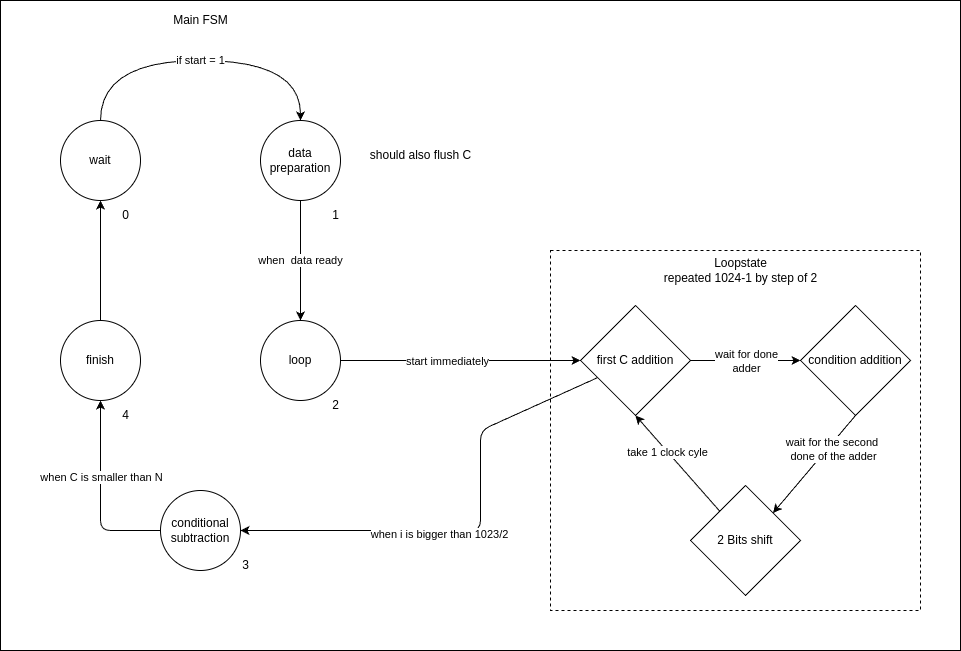
Before: fsm.png, a diagram exported from draw.io (Tfloow/Montgomery). Source tidied: cells renumbered, new cells last; positions are measured from the earlier drawing's top-left corner, leaving out a move shared by most shapes.
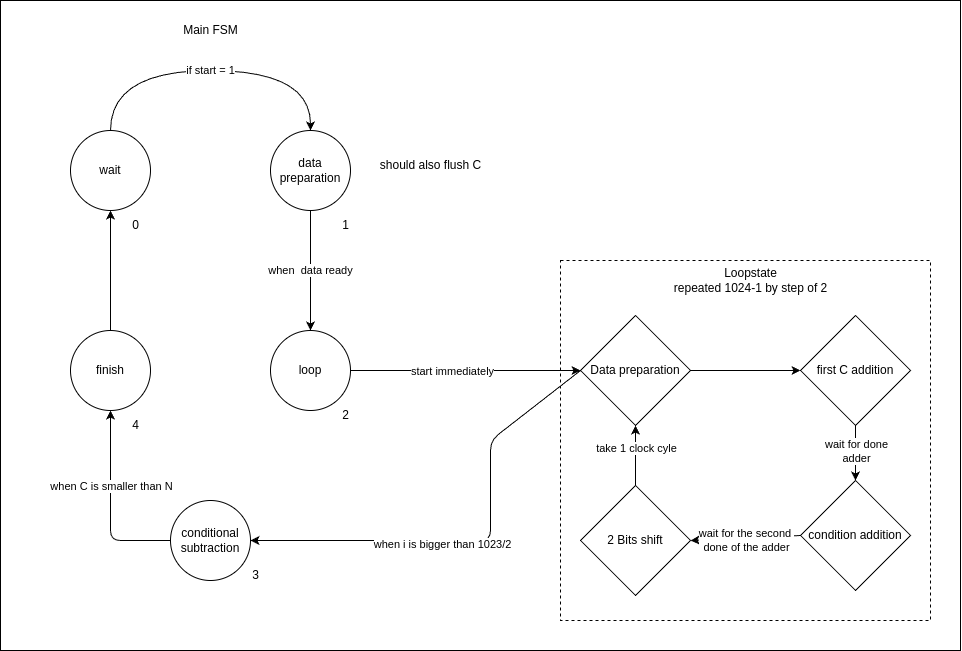
After the commit.

Diff of the diagram source:
```diff
@@ -3,7 +3,7 @@
     <mxCell id="0" />
     <mxCell id="1" parent="0" />
     <mxCell id="2" style="whiteSpace=wrap;html=1;" parent="1" vertex="1">
-      <mxGeometry width="960" height="650" as="geometry" />
+      <mxGeometry x="-10" y="-10" width="960" height="650" as="geometry" />
     </mxCell>
     <mxCell id="3" style="whiteSpace=wrap;html=1;dashed=1;" parent="1" vertex="1">
       <mxGeometry x="550" y="250" width="370" height="360" as="geometry" />
@@ -25,7 +25,7 @@
     <mxCell id="7" value="data preparation" style="ellipse;whiteSpace=wrap;html=1;" parent="1" vertex="1">
       <mxGeometry x="260" y="120" width="80" height="80" as="geometry" />
     </mxCell>
-    <mxCell id="8" style="edgeStyle=none;html=1;entryX=0;entryY=0.5;entryDx=0;entryDy=0;" parent="1" edge="1" source="10" target="21">
+    <mxCell id="8" style="edgeStyle=none;html=1;entryX=0;entryY=0.5;entryDx=0;entryDy=0;" parent="1" edge="1" source="10" target="36">
       <mxGeometry relative="1" as="geometry" />
     </mxCell>
     <mxCell id="9" value="start immediately" style="edgeLabel;html=1;align=center;verticalAlign=middle;" parent="8" vertex="1">
@@ -56,15 +56,15 @@
     <mxCell id="16" value="Main FSM" style="text;html=1;align=center;verticalAlign=middle;strokeColor=none;fillColor=none;" parent="1" vertex="1">
       <mxGeometry x="160" y="5" width="80" height="30" as="geometry" />
     </mxCell>
-    <mxCell id="17" style="edgeStyle=none;html=1;entryX=0;entryY=0.5;entryDx=0;entryDy=0;" parent="1" edge="1" source="21" target="24">
+    <mxCell id="17" style="edgeStyle=none;html=1;entryX=0.5;entryY=0;entryDx=0;entryDy=0;" parent="1" edge="1" source="21" target="24">
       <mxGeometry relative="1" as="geometry" />
     </mxCell>
     <mxCell id="18" value="wait for done&lt;br&gt;adder" style="edgeLabel;html=1;align=center;verticalAlign=middle;" parent="17" vertex="1">
       <mxGeometry x="0.27" y="1" relative="1" as="geometry">
-        <mxPoint x="-15" y="1" as="offset" />
+        <mxPoint x="-1" y="-10" as="offset" />
       </mxGeometry>
     </mxCell>
-    <mxCell id="19" style="edgeStyle=none;html=1;entryX=1;entryY=0.5;entryDx=0;entryDy=0;" parent="1" edge="1" source="21" target="13">
+    <mxCell id="19" style="edgeStyle=none;html=1;entryX=1;entryY=0.5;entryDx=0;entryDy=0;exitX=0;exitY=0.5;exitDx=0;exitDy=0;" parent="1" edge="1" source="36" target="13">
       <mxGeometry relative="1" as="geometry">
         <Array as="points">
           <mxPoint x="480" y="430" />
@@ -76,25 +76,27 @@
       <mxGeometry x="0.16" y="3" relative="1" as="geometry" />
     </mxCell>
     <mxCell id="21" value="first C addition" style="rhombus;whiteSpace=wrap;html=1;" parent="1" vertex="1">
-      <mxGeometry x="580" y="305" width="110" height="110" as="geometry" />
+      <mxGeometry x="790" y="305" width="110" height="110" as="geometry" />
     </mxCell>
-    <mxCell id="22" style="edgeStyle=none;html=1;entryX=1;entryY=0;entryDx=0;entryDy=0;exitX=0.5;exitY=1;exitDx=0;exitDy=0;" parent="1" edge="1" source="24" target="27">
+    <mxCell id="22" style="edgeStyle=none;html=1;entryX=1;entryY=0.5;entryDx=0;entryDy=0;exitX=0;exitY=0.5;exitDx=0;exitDy=0;" parent="1" edge="1" source="24" target="27">
       <mxGeometry relative="1" as="geometry" />
     </mxCell>
     <mxCell id="23" value="wait for the second&amp;nbsp;&lt;br&gt;done of the adder" style="edgeLabel;html=1;align=center;verticalAlign=middle;" parent="22" vertex="1">
-      <mxGeometry x="-0.36" y="4" relative="1" as="geometry" />
+      <mxGeometry x="-0.36" y="4" relative="1" as="geometry">
+        <mxPoint x="-20" y="-1" as="offset" />
+      </mxGeometry>
     </mxCell>
     <mxCell id="24" value="condition addition&lt;span style=&quot;color: rgba(0, 0, 0, 0); font-family: monospace; font-size: 0px; text-align: start;&quot;&gt;%3CmxGraphModel%3E%3Croot%3E%3CmxCell%20id%3D%220%22%2F%3E%3CmxCell%20id%3D%221%22%20parent%3D%220%22%2F%3E%3CmxCell%20id%3D%222%22%20value%3D%22first%20C%20addition%22%20style%3D%22rhombus%3BwhiteSpace%3Dwrap%3Bhtml%3D1%3B%22%20vertex%3D%221%22%20parent%3D%221%22%3E%3CmxGeometry%20x%3D%22550%22%20y%3D%22290%22%20width%3D%22110%22%20height%3D%22110%22%20as%3D%22geometry%22%2F%3E%3C%2FmxCell%3E%3C%2Froot%3E%3C%2FmxGraphModel%3E&lt;/span&gt;" style="rhombus;whiteSpace=wrap;html=1;" parent="1" vertex="1">
-      <mxGeometry x="800" y="305" width="110" height="110" as="geometry" />
+      <mxGeometry x="790" y="470" width="110" height="110" as="geometry" />
     </mxCell>
-    <mxCell id="25" style="edgeStyle=none;html=1;entryX=0.5;entryY=1;entryDx=0;entryDy=0;" parent="1" edge="1" source="27" target="21">
+    <mxCell id="25" style="edgeStyle=none;html=1;entryX=0.5;entryY=1;entryDx=0;entryDy=0;" parent="1" edge="1" source="27" target="36">
       <mxGeometry relative="1" as="geometry" />
     </mxCell>
     <mxCell id="26" value="take 1 clock cyle" style="edgeLabel;html=1;align=center;verticalAlign=middle;" parent="25" vertex="1">
       <mxGeometry x="0.24" relative="1" as="geometry" />
     </mxCell>
     <mxCell id="27" value="2 Bits shift" style="rhombus;whiteSpace=wrap;html=1;" parent="1" vertex="1">
-      <mxGeometry x="690" y="485" width="110" height="110" as="geometry" />
+      <mxGeometry x="570" y="475" width="110" height="110" as="geometry" />
     </mxCell>
     <mxCell id="28" value="Loopstate&lt;br&gt;repeated 1024-1 by step of 2" style="text;html=1;align=center;verticalAlign=middle;strokeColor=none;fillColor=none;" parent="1" vertex="1">
       <mxGeometry x="650" y="250" width="180" height="40" as="geometry" />
@@ -117,5 +119,11 @@
     <mxCell id="34" value="4" style="text;html=1;align=center;verticalAlign=middle;strokeColor=none;fillColor=none;" parent="1" vertex="1">
       <mxGeometry x="110" y="400" width="30" height="30" as="geometry" />
     </mxCell>
+    <mxCell id="35" style="edgeStyle=none;html=1;entryX=0;entryY=0.5;entryDx=0;entryDy=0;" parent="1" edge="1" source="36" target="21">
+      <mxGeometry relative="1" as="geometry" />
+    </mxCell>
+    <mxCell id="36" value="Data preparation" style="rhombus;whiteSpace=wrap;html=1;" parent="1" vertex="1">
+      <mxGeometry x="570" y="305" width="110" height="110" as="geometry" />
+    </mxCell>
   </root>
 </mxGraphModel>
```
